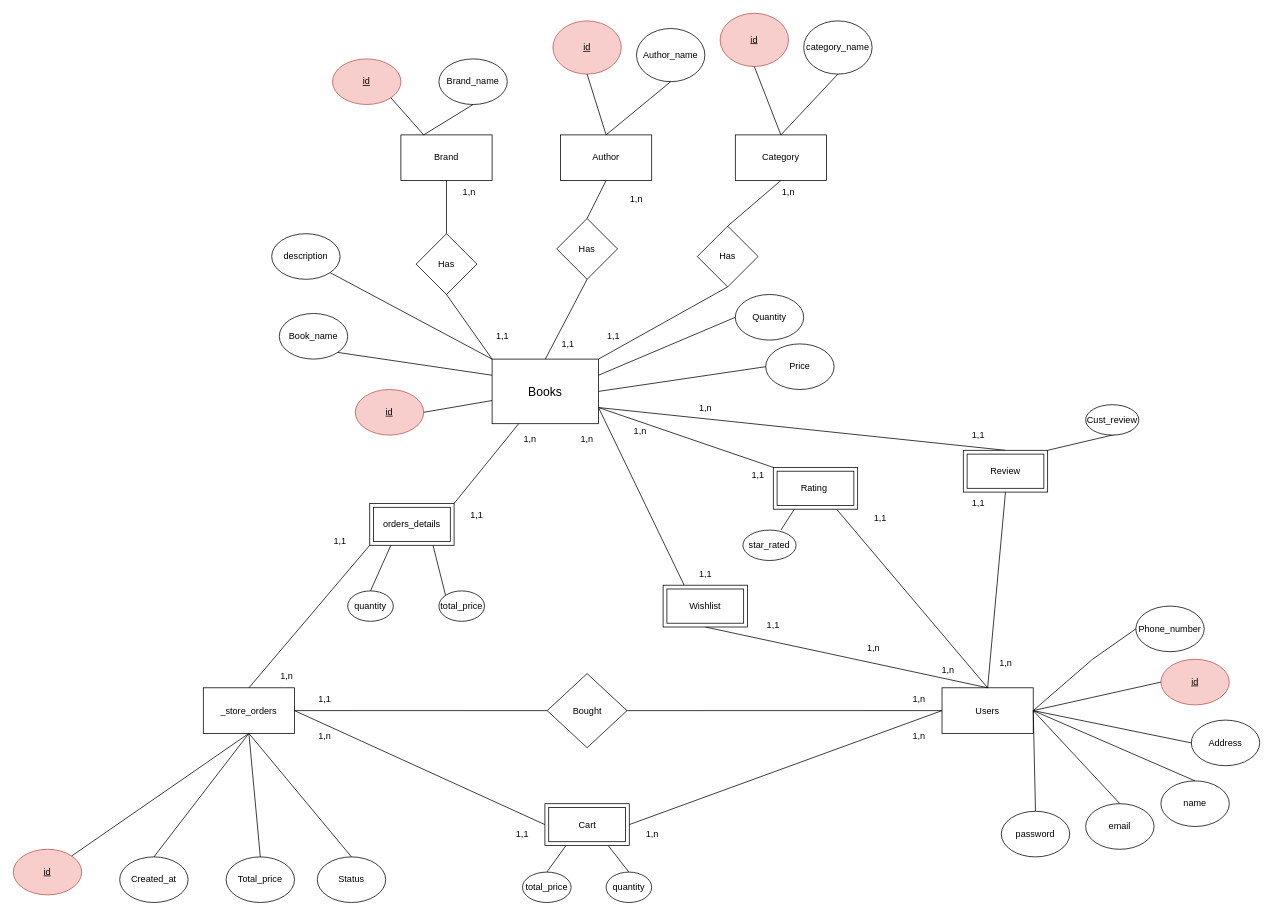
Above: Bookprj.drawio in khanh8603/khanh8603 (draw.io), before the change. Source tidied: cells renumbered, new cells numbered last; positions are measured from the earlier drawing's top-left corner, leaving out a move shared by most shapes. Both pictures are drawn from the tidied source at 76%, with x=0, y=0 at pixel (13, 13).
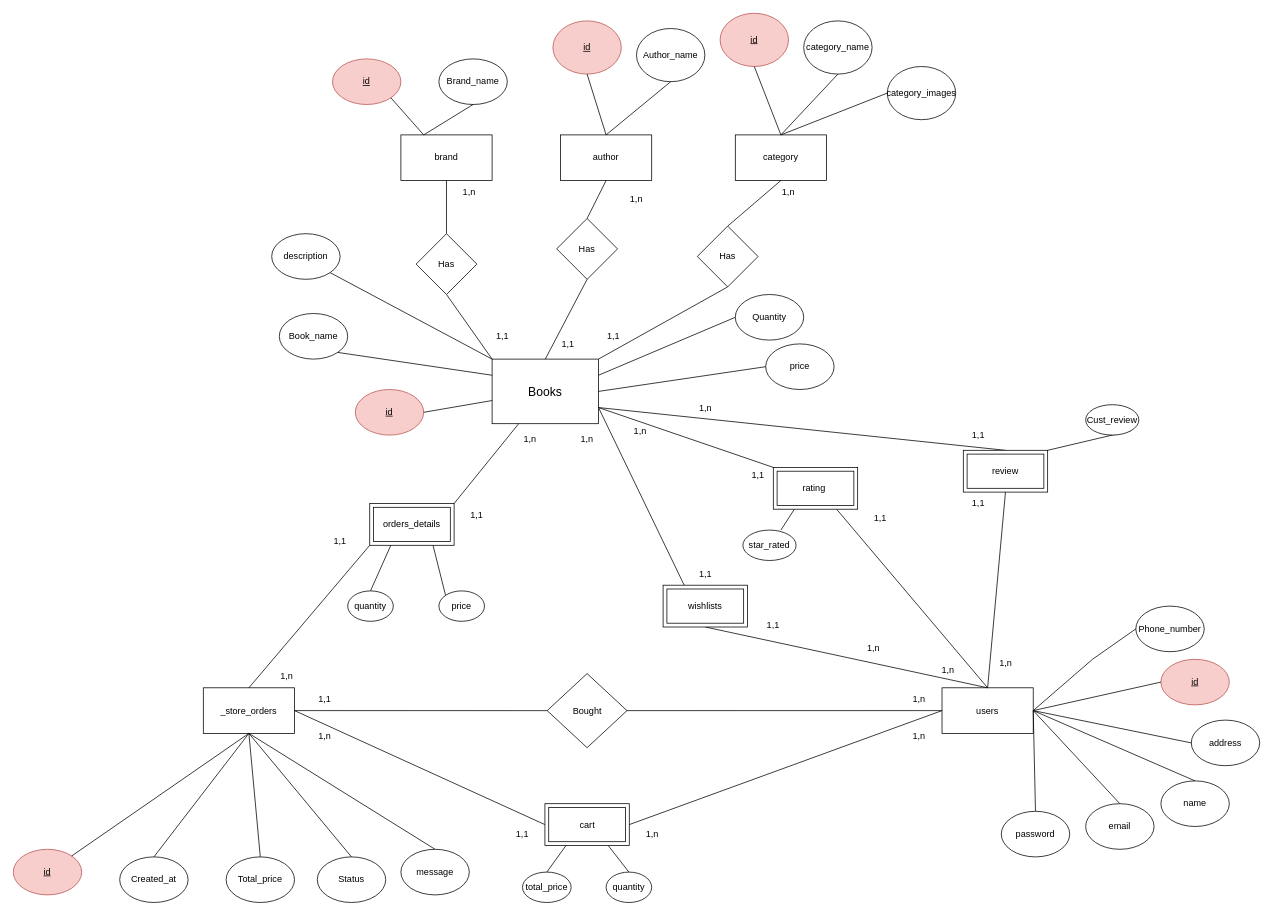
After the change.

Commit message:
Cập nhật Bookprj.drawio

The change refers to these unchanged cells:
```xml
<mxCell id="8" value="_store_orders" style="rounded=0;whiteSpace=wrap;html=1;" parent="1" vertex="1">
  <mxGeometry x="250" y="887.5" width="120" height="60" as="geometry" />
</mxCell>
```

The edit, as a diff of the source:
```diff
@@
-    <mxCell id="2" value="Brand" style="rounded=0;whiteSpace=wrap;html=1;" parent="1" vertex="1">
+    <mxCell id="2" value="brand" style="rounded=0;whiteSpace=wrap;html=1;" parent="1" vertex="1">
       <mxGeometry x="510" y="160" width="120" height="60" as="geometry" />
     </mxCell>
@@
-    <mxCell id="7" value="Users" style="rounded=0;whiteSpace=wrap;html=1;" parent="1" vertex="1">
+    <mxCell id="7" value="users" style="rounded=0;whiteSpace=wrap;html=1;" parent="1" vertex="1">
       <mxGeometry x="1222" y="887.5" width="120" height="60" as="geometry" />
     </mxCell>
@@
-    <mxCell id="24" value="Address" style="ellipse;whiteSpace=wrap;html=1;" parent="1" vertex="1">
+    <mxCell id="24" value="address" style="ellipse;whiteSpace=wrap;html=1;" parent="1" vertex="1">
       <mxGeometry x="1550" y="930" width="90" height="60" as="geometry" />
     </mxCell>
@@
-    <mxCell id="31" value="total_price" style="ellipse;whiteSpace=wrap;html=1;" parent="1" vertex="1">
+    <mxCell id="31" value="price" style="ellipse;whiteSpace=wrap;html=1;" parent="1" vertex="1">
       <mxGeometry x="560" y="760" width="60" height="40" as="geometry" />
     </mxCell>
@@
-    <mxCell id="50" value="Author" style="rounded=0;whiteSpace=wrap;html=1;" parent="1" vertex="1">
+    <mxCell id="50" value="author" style="rounded=0;whiteSpace=wrap;html=1;" parent="1" vertex="1">
       <mxGeometry x="720" y="160" width="120" height="60" as="geometry" />
     </mxCell>
@@
-    <mxCell id="60" value="Price" style="ellipse;whiteSpace=wrap;html=1;" parent="1" vertex="1">
+    <mxCell id="60" value="price" style="ellipse;whiteSpace=wrap;html=1;" parent="1" vertex="1">
       <mxGeometry x="990" y="435" width="90" height="60" as="geometry" />
     </mxCell>
@@
-    <mxCell id="67" value="Category" style="rounded=0;whiteSpace=wrap;html=1;" parent="1" vertex="1">
+    <mxCell id="67" value="category" style="rounded=0;whiteSpace=wrap;html=1;" parent="1" vertex="1">
       <mxGeometry x="950" y="160" width="120" height="60" as="geometry" />
     </mxCell>
@@
-    <mxCell id="84" value="Cart" style="shape=ext;margin=3;double=1;whiteSpace=wrap;html=1;align=center;arcSize=20;fillOpacity=100;direction=east;rotation=0;" parent="1" vertex="1">
+    <mxCell id="84" value="cart" style="shape=ext;margin=3;double=1;whiteSpace=wrap;html=1;align=center;arcSize=20;fillOpacity=100;direction=east;rotation=0;" parent="1" vertex="1">
       <mxGeometry x="699.5" y="1040" width="111" height="55" as="geometry" />
     </mxCell>
@@
-    <mxCell id="95" value="Review" style="shape=ext;margin=3;double=1;whiteSpace=wrap;html=1;align=center;arcSize=20;fillOpacity=100;direction=east;rotation=0;" parent="1" vertex="1">
+    <mxCell id="95" value="review" style="shape=ext;margin=3;double=1;whiteSpace=wrap;html=1;align=center;arcSize=20;fillOpacity=100;direction=east;rotation=0;" parent="1" vertex="1">
       <mxGeometry x="1250" y="575" width="111" height="55" as="geometry" />
     </mxCell>
@@
-    <mxCell id="107" value="Wishlist" style="shape=ext;margin=3;double=1;whiteSpace=wrap;html=1;align=center;arcSize=20;fillOpacity=100;direction=east;rotation=0;" parent="1" vertex="1">
+    <mxCell id="107" value="wishlists" style="shape=ext;margin=3;double=1;whiteSpace=wrap;html=1;align=center;arcSize=20;fillOpacity=100;direction=east;rotation=0;" parent="1" vertex="1">
       <mxGeometry x="855" y="752.5" width="111" height="55" as="geometry" />
     </mxCell>
-    <mxCell id="108" value="Rating&amp;nbsp;" style="shape=ext;margin=3;double=1;whiteSpace=wrap;html=1;align=center;arcSize=20;fillOpacity=100;direction=east;rotation=0;" parent="1" vertex="1">
+    <mxCell id="108" value="rating&amp;nbsp;" style="shape=ext;margin=3;double=1;whiteSpace=wrap;html=1;align=center;arcSize=20;fillOpacity=100;direction=east;rotation=0;" parent="1" vertex="1">
       <mxGeometry x="1000" y="597.5" width="111" height="55" as="geometry" />
     </mxCell>
@@
+    <mxCell id="117" value="category_images" style="ellipse;whiteSpace=wrap;html=1;" parent="1" vertex="1">
+      <mxGeometry x="1150" y="70" width="90" height="70" as="geometry" />
+    </mxCell>
+    <mxCell id="118" style="endArrow=none;html=1;rounded=0;exitX=0.5;exitY=0;exitDx=0;exitDy=0;entryX=0;entryY=0.5;entryDx=0;entryDy=0;" parent="1" edge="1" source="67" target="117">
+      <mxGeometry relative="1" as="geometry" />
+    </mxCell>
+    <mxCell id="119" style="endArrow=none;html=1;rounded=0;entryX=0.5;entryY=1;entryDx=0;entryDy=0;exitX=0.5;exitY=0;exitDx=0;exitDy=0;" parent="1" edge="1" source="120" target="8">
+      <mxGeometry relative="1" as="geometry" />
+    </mxCell>
+    <mxCell id="120" value="message" style="ellipse;whiteSpace=wrap;html=1;" parent="1" vertex="1">
+      <mxGeometry x="510" y="1100" width="90" height="60" as="geometry" />
+    </mxCell>
```
